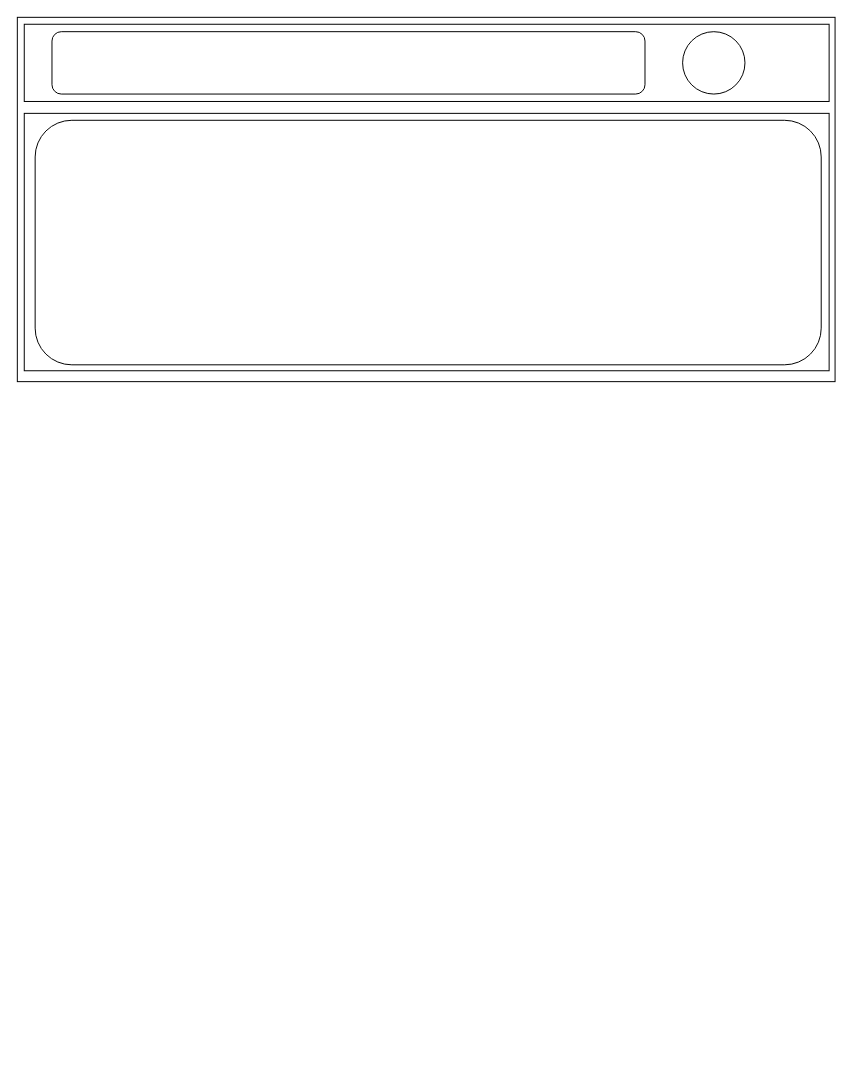
Before: DrawIO/Untitled Diagram.drawio in LancePeng42/Pic-Bed, a draw.io diagram. Source tidied: cells renumbered, new cells numbered last; positions are measured from the earlier drawing's top-left corner, leaving out a move shared by most shapes. Both pictures are drawn from the tidied source at 99%, with x=0, y=0 at pixel (17, 17).
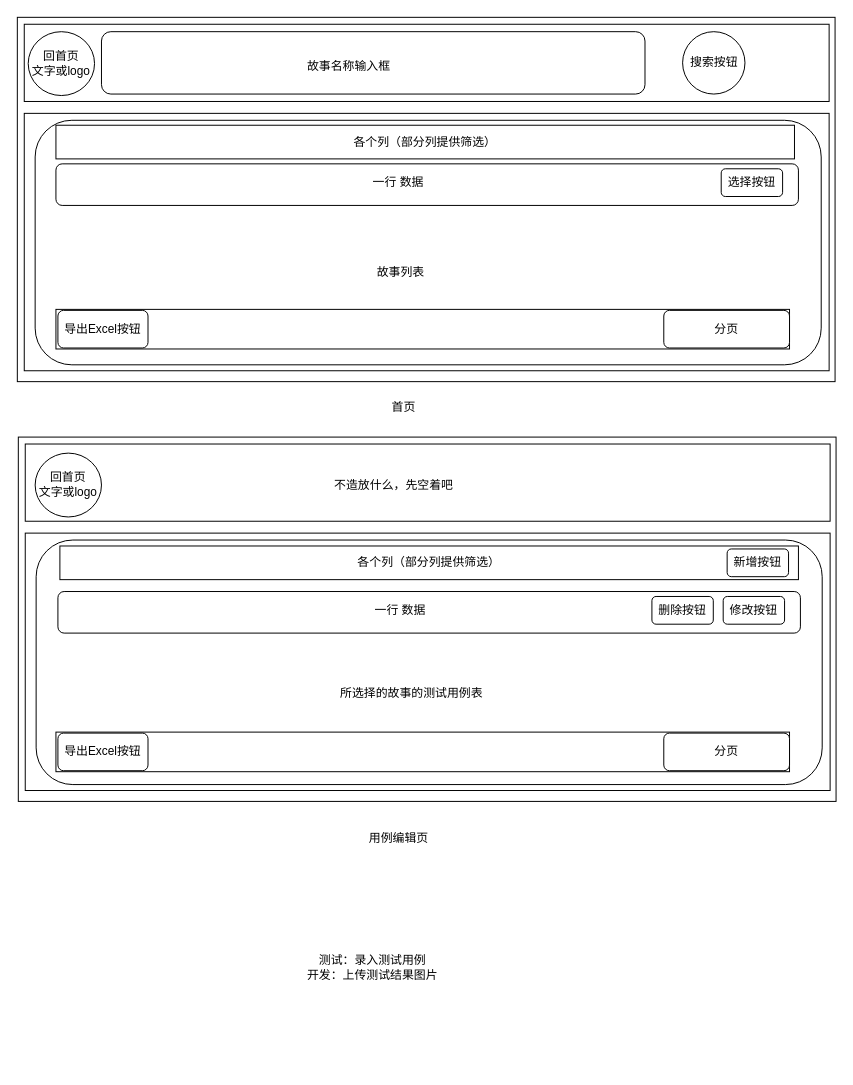
The same page after the edit.

Commit message:
细化页面设计

Change to the diagram source:
```diff
@@
     <mxCell id="4" style="rounded=1;whiteSpace=wrap;html=1;" parent="1" vertex="1">
-      <mxGeometry x="35" y="14.5" width="599" height="63" as="geometry" />
+      <mxGeometry x="85" y="14.5" width="549" height="63" as="geometry" />
     </mxCell>
@@
+    <mxCell id="8" value="故事名称输入框" style="text;html=1;strokeColor=none;fillColor=none;align=center;verticalAlign=middle;whiteSpace=wrap;rounded=0;" parent="1" vertex="1">
+      <mxGeometry x="135.5" y="31" width="398" height="38" as="geometry" />
+    </mxCell>
+    <mxCell id="9" value="搜索按钮" style="text;html=1;strokeColor=none;fillColor=none;align=center;verticalAlign=middle;whiteSpace=wrap;rounded=0;" parent="1" vertex="1">
+      <mxGeometry x="677.5" y="34.5" width="52" height="23" as="geometry" />
+    </mxCell>
+    <mxCell id="10" value="故事列表" style="text;html=1;strokeColor=none;fillColor=none;align=center;verticalAlign=middle;whiteSpace=wrap;rounded=0;" parent="1" vertex="1">
+      <mxGeometry x="92" y="217" width="591" height="81" as="geometry" />
+    </mxCell>
+    <mxCell id="11" style="rounded=0;whiteSpace=wrap;html=1;" parent="1" vertex="1">
+      <mxGeometry x="1" y="424" width="826" height="368" as="geometry" />
+    </mxCell>
+    <mxCell id="12" style="rounded=0;whiteSpace=wrap;html=1;" parent="1" vertex="1">
+      <mxGeometry x="8" y="431" width="813" height="78" as="geometry" />
+    </mxCell>
+    <mxCell id="13" style="rounded=0;whiteSpace=wrap;html=1;" parent="1" vertex="1">
+      <mxGeometry x="8" y="521" width="813" height="260" as="geometry" />
+    </mxCell>
+    <mxCell id="14" style="rounded=1;whiteSpace=wrap;html=1;" parent="1" vertex="1">
+      <mxGeometry x="19" y="528" width="794" height="247" as="geometry" />
+    </mxCell>
+    <mxCell id="15" value="所选择的故事的测试用例表" style="text;html=1;strokeColor=none;fillColor=none;align=center;verticalAlign=middle;whiteSpace=wrap;rounded=0;" parent="1" vertex="1">
+      <mxGeometry x="101" y="634" width="595" height="97" as="geometry" />
+    </mxCell>
+    <mxCell id="16" value="测试：录入测试用例&lt;br&gt;开发：上传测试结果图片" style="text;html=1;strokeColor=none;fillColor=none;align=center;verticalAlign=middle;whiteSpace=wrap;rounded=0;" parent="1" vertex="1">
+      <mxGeometry x="92" y="858" width="534" height="203" as="geometry" />
+    </mxCell>
+    <mxCell id="17" value="不造放什么，先空着吧" style="text;html=1;strokeColor=none;fillColor=none;align=center;verticalAlign=middle;whiteSpace=wrap;rounded=0;" parent="1" vertex="1">
+      <mxGeometry x="159" y="448" width="443" height="49" as="geometry" />
+    </mxCell>
+    <mxCell id="18" value="各个列（部分列提供筛选）" style="rounded=0;whiteSpace=wrap;html=1;" parent="1" vertex="1">
+      <mxGeometry x="39" y="109" width="746" height="34" as="geometry" />
+    </mxCell>
+    <mxCell id="19" style="rounded=1;whiteSpace=wrap;html=1;" parent="1" vertex="1">
+      <mxGeometry x="39" y="148" width="750" height="42" as="geometry" />
+    </mxCell>
+    <mxCell id="20" value="选择按钮" style="rounded=1;whiteSpace=wrap;html=1;" parent="1" vertex="1">
+      <mxGeometry x="711" y="153" width="62" height="28" as="geometry" />
+    </mxCell>
+    <mxCell id="21" value="一行 数据" style="text;html=1;strokeColor=none;fillColor=none;align=center;verticalAlign=middle;whiteSpace=wrap;rounded=0;" parent="1" vertex="1">
+      <mxGeometry x="67" y="155.5" width="636" height="23" as="geometry" />
+    </mxCell>
+    <mxCell id="22" value="各个列（部分列提供筛选）" style="rounded=0;whiteSpace=wrap;html=1;" parent="1" vertex="1">
+      <mxGeometry x="43" y="534" width="746" height="34" as="geometry" />
+    </mxCell>
+    <mxCell id="23" style="rounded=1;whiteSpace=wrap;html=1;" parent="1" vertex="1">
+      <mxGeometry x="41" y="580" width="750" height="42" as="geometry" />
+    </mxCell>
+    <mxCell id="24" value="修改按钮" style="rounded=1;whiteSpace=wrap;html=1;" parent="1" vertex="1">
+      <mxGeometry x="713" y="585" width="62" height="28" as="geometry" />
+    </mxCell>
+    <mxCell id="25" value="一行 数据" style="text;html=1;strokeColor=none;fillColor=none;align=center;verticalAlign=middle;whiteSpace=wrap;rounded=0;" parent="1" vertex="1">
+      <mxGeometry x="69" y="587.5" width="636" height="23" as="geometry" />
+    </mxCell>
+    <mxCell id="26" value="删除按钮" style="rounded=1;whiteSpace=wrap;html=1;" parent="1" vertex="1">
+      <mxGeometry x="641" y="585" width="62" height="28" as="geometry" />
+    </mxCell>
+    <mxCell id="27" value="新增按钮" style="rounded=1;whiteSpace=wrap;html=1;" parent="1" vertex="1">
+      <mxGeometry x="717" y="537" width="62" height="28" as="geometry" />
+    </mxCell>
+    <mxCell id="28" style="rounded=0;whiteSpace=wrap;html=1;" parent="1" vertex="1">
+      <mxGeometry x="39" y="295" width="741" height="40" as="geometry" />
+    </mxCell>
+    <mxCell id="29" value="导出Excel按钮" style="rounded=1;whiteSpace=wrap;html=1;" parent="1" vertex="1">
+      <mxGeometry x="41" y="296" width="91" height="38" as="geometry" />
+    </mxCell>
+    <mxCell id="30" value="分页" style="rounded=1;whiteSpace=wrap;html=1;" parent="1" vertex="1">
+      <mxGeometry x="653" y="296" width="127" height="38" as="geometry" />
+    </mxCell>
+    <mxCell id="31" style="rounded=0;whiteSpace=wrap;html=1;" parent="1" vertex="1">
+      <mxGeometry x="39" y="722" width="741" height="40" as="geometry" />
+    </mxCell>
+    <mxCell id="32" value="导出Excel按钮" style="rounded=1;whiteSpace=wrap;html=1;" parent="1" vertex="1">
+      <mxGeometry x="41" y="723" width="91" height="38" as="geometry" />
+    </mxCell>
+    <mxCell id="33" value="分页" style="rounded=1;whiteSpace=wrap;html=1;" parent="1" vertex="1">
+      <mxGeometry x="653" y="723" width="127" height="38" as="geometry" />
+    </mxCell>
+    <mxCell id="34" value="首页" style="text;html=1;strokeColor=none;fillColor=none;align=center;verticalAlign=middle;whiteSpace=wrap;rounded=0;" parent="1" vertex="1">
+      <mxGeometry x="338" y="379" width="105" height="30" as="geometry" />
+    </mxCell>
+    <mxCell id="35" value="用例编辑页" style="text;html=1;strokeColor=none;fillColor=none;align=center;verticalAlign=middle;whiteSpace=wrap;rounded=0;" parent="1" vertex="1">
+      <mxGeometry x="332.5" y="815" width="105" height="30" as="geometry" />
+    </mxCell>
+    <mxCell id="36" value="回首页&lt;br&gt;文字或logo" style="ellipse;whiteSpace=wrap;html=1;" parent="1" vertex="1">
+      <mxGeometry x="11" y="14.5" width="67" height="64.5" as="geometry" />
+    </mxCell>
+    <mxCell id="37" value="回首页&lt;br&gt;文字或logo" style="ellipse;whiteSpace=wrap;html=1;" parent="1" vertex="1">
+      <mxGeometry x="18" y="440.2" width="67" height="64.5" as="geometry" />
+    </mxCell>
```
